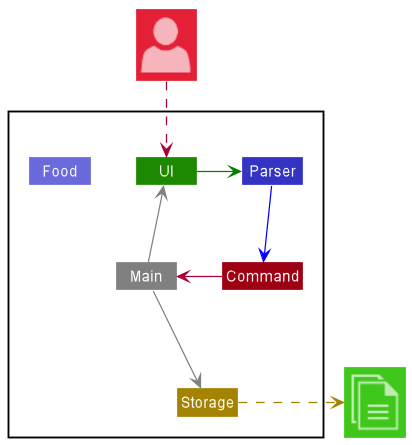
Before: docs/diagrams/ArchitectureDiagram.png, a diagram exported from PlantUML (nus-cs2113-AY2021S2/tp). Source of this version:
```plantuml
@startuml
!include <office/Concepts/globe_internet>
!include <office/Concepts/documents>
!include <office/Users/user>
!include style.puml

Package " "<<Rectangle>>{
    Class UI UI_COLOR
    Class Parser LOGIC_COLOR
    Class Storage STORAGE_COLOR
    Class Command MODEL_COLOR
    Class Main #grey
    Class Food LOGIC_COLOR_T2
}

Class "<$user>" as User MODEL_COLOR_T2
Class "<$documents>" as File UI_COLOR_T2


UI -[#green]> Parser
Parser -[#blue]-> Command
Command -> Main
Main -[#grey]-> UI
Main -[#grey]-> Storage

Storage .right[STORAGE_COLOR].>File
User ..> UI
@enduml
```
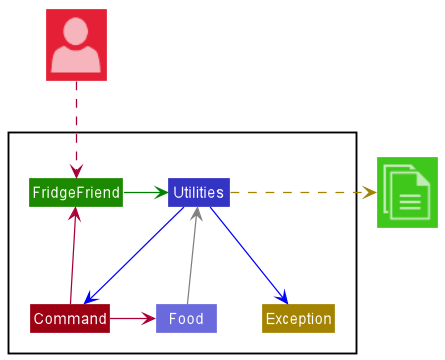
Later version of the same file.

Commit message:
Updated Developers' Guide for Architecture Diagram

What changed in the source:
```diff
@@ -5,11 +5,10 @@
 !include style.puml
 
 Package " "<<Rectangle>>{
-    Class UI UI_COLOR
-    Class Parser LOGIC_COLOR
-    Class Storage STORAGE_COLOR
+    Class FridgeFriend UI_COLOR
+    Class Utilities LOGIC_COLOR
+    Class Exception STORAGE_COLOR
     Class Command MODEL_COLOR
-    Class Main #grey
     Class Food LOGIC_COLOR_T2
 }
 
@@ -17,12 +16,14 @@
 Class "<$documents>" as File UI_COLOR_T2
 
 
-UI -[#green]> Parser
-Parser -[#blue]-> Command
-Command -> Main
-Main -[#grey]-> UI
-Main -[#grey]-> Storage
+FridgeFriend -[#green]> Utilities
+Utilities -[#blue]-> Command
+Utilities -[#blue]-> Exception
+Food -[#grey]> Utilities
+Command -> Food
+Command -> FridgeFriend
 
-Storage .right[STORAGE_COLOR].>File
-User ..> UI
+
+Utilities .right[STORAGE_COLOR].>File
+User ..> FridgeFriend
 @enduml
```
